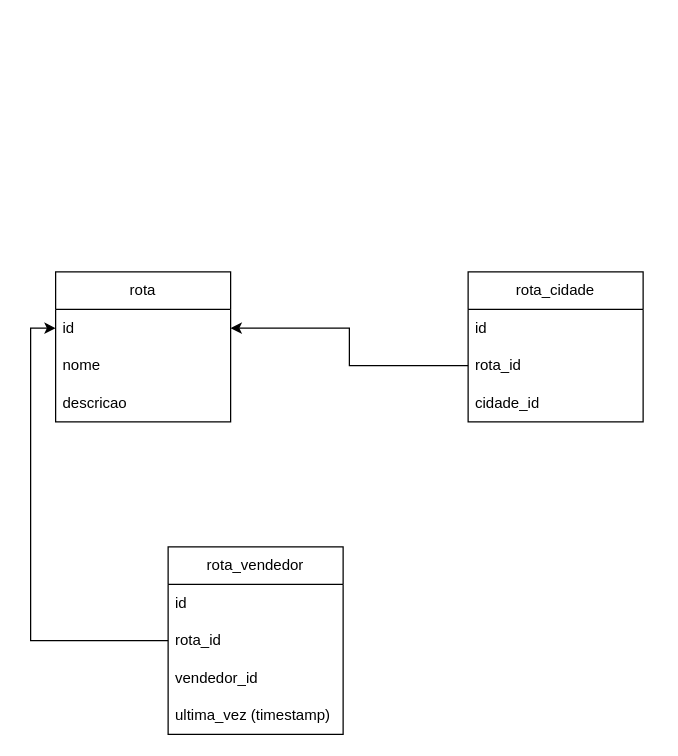
Earlier version of the draw.io diagram rotas.drawio (kent4naTx/docs). Source tidied: cells renumbered, new cells numbered last; positions are measured from the earlier drawing's top-left corner, leaving out a move shared by most shapes. Both pictures are drawn from the tidied source at 125%, with x=0, y=0 at pixel (55, 271).
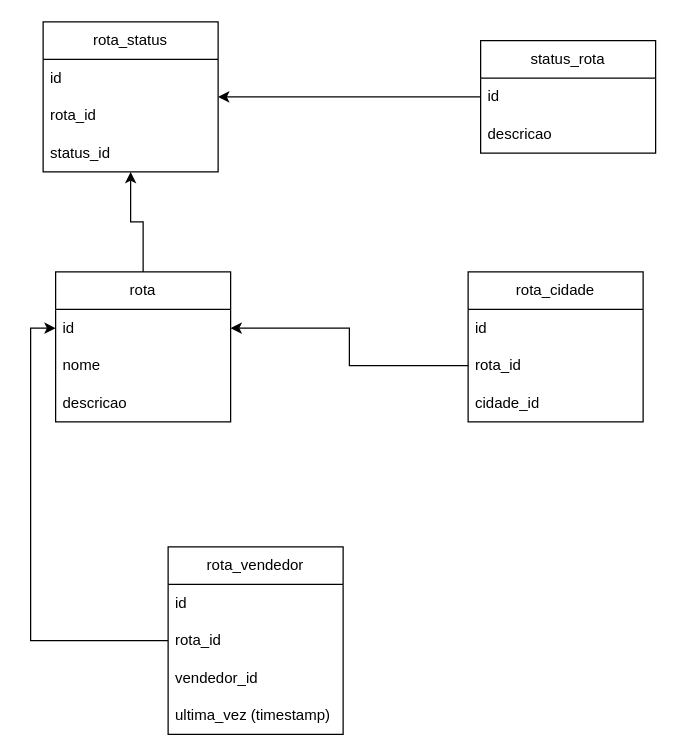
The same page after the edit.

The change refers to these unchanged cells:
```xml
<mxCell id="2" value="rota" style="swimlane;fontStyle=0;horizontal=1;startSize=30;whiteSpace=wrap;html=1;" parent="1" vertex="1">
  <mxGeometry width="140" height="120" as="geometry" />
</mxCell>
```

Diff of the diagram source:
```diff
@@
+    <mxCell id="17" style="edgeStyle=orthogonalEdgeStyle;rounded=0;jettySize=auto;html=1;" parent="1" edge="1" source="2" target="18">
+      <mxGeometry relative="1" as="geometry" />
+    </mxCell>
@@
+    <mxCell id="18" value="rota_status" style="swimlane;fontStyle=0;horizontal=1;startSize=30;whiteSpace=wrap;html=1;" parent="1" vertex="1">
+      <mxGeometry x="-10" y="-200" width="140" height="120" as="geometry" />
+    </mxCell>
+    <mxCell id="19" value="id" style="text;strokeColor=none;fillColor=none;align=left;verticalAlign=middle;spacingLeft=4;spacingRight=4;overflow=hidden;whiteSpace=wrap;html=1;" parent="18" vertex="1">
+      <mxGeometry y="30" width="140" height="30" as="geometry" />
+    </mxCell>
+    <mxCell id="20" value="rota_id" style="text;strokeColor=none;fillColor=none;align=left;verticalAlign=middle;spacingLeft=4;spacingRight=4;overflow=hidden;whiteSpace=wrap;html=1;" parent="18" vertex="1">
+      <mxGeometry y="60" width="140" height="30" as="geometry" />
+    </mxCell>
+    <mxCell id="21" value="status_id" style="text;strokeColor=none;fillColor=none;align=left;verticalAlign=middle;spacingLeft=4;spacingRight=4;overflow=hidden;whiteSpace=wrap;html=1;" parent="18" vertex="1">
+      <mxGeometry y="90" width="140" height="30" as="geometry" />
+    </mxCell>
+    <mxCell id="22" value="status_rota" style="swimlane;fontStyle=0;horizontal=1;startSize=30;whiteSpace=wrap;html=1;" parent="1" vertex="1">
+      <mxGeometry x="340" y="-185" width="140" height="90" as="geometry" />
+    </mxCell>
+    <mxCell id="23" value="id" style="text;strokeColor=none;fillColor=none;align=left;verticalAlign=middle;spacingLeft=4;spacingRight=4;overflow=hidden;points=[[0,0.5],[1,0.5]];portConstraint=eastwest;whiteSpace=wrap;html=1;" parent="22" vertex="1">
+      <mxGeometry y="30" width="140" height="30" as="geometry" />
+    </mxCell>
+    <mxCell id="24" value="descricao" style="text;strokeColor=none;fillColor=none;align=left;verticalAlign=middle;spacingLeft=4;spacingRight=4;overflow=hidden;whiteSpace=wrap;html=1;" parent="22" vertex="1">
+      <mxGeometry y="60" width="140" height="30" as="geometry" />
+    </mxCell>
+    <mxCell id="25" style="edgeStyle=orthogonalEdgeStyle;rounded=0;jettySize=auto;html=1;" parent="1" edge="1" source="23" target="18">
+      <mxGeometry relative="1" as="geometry" />
+    </mxCell>
```
